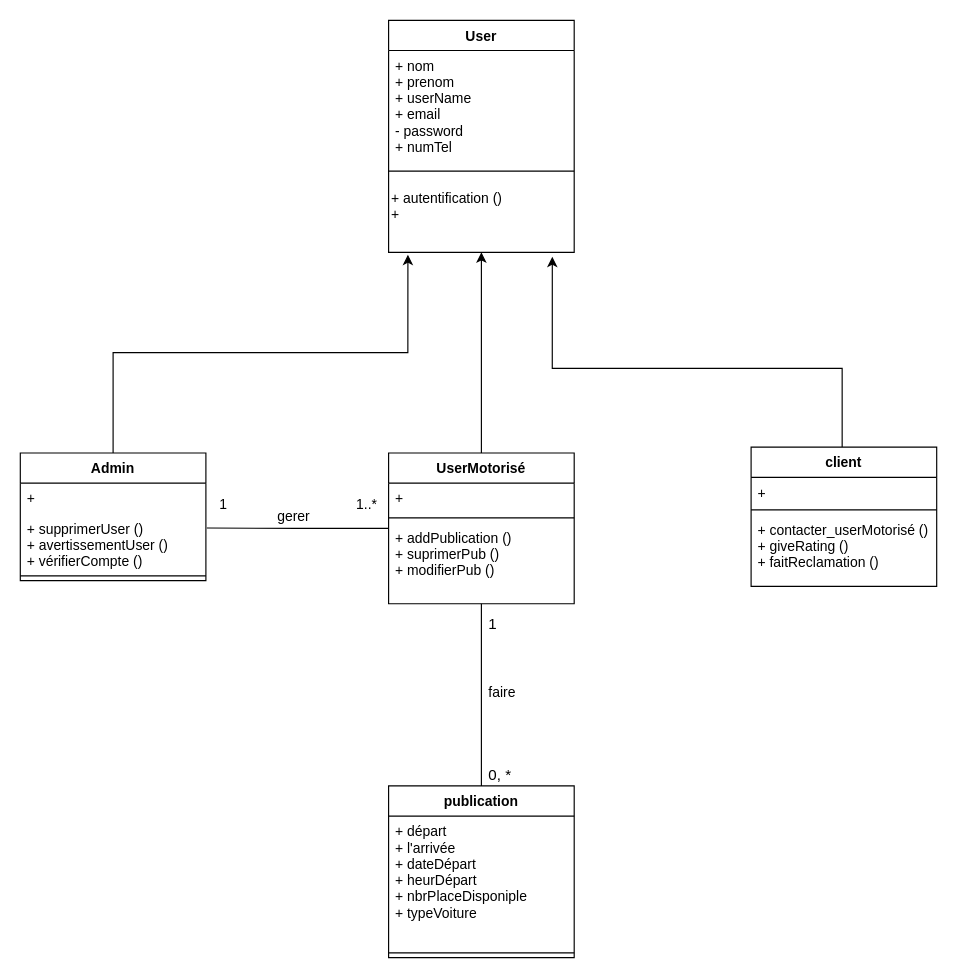
Before: UML/class.drawio in HoussamEddineLamzoudi/fileRouge, a draw.io diagram. Source tidied: cells renumbered, new cells numbered last; positions are measured from the earlier drawing's top-left corner, leaving out a move shared by most shapes. Both pictures are drawn from the tidied source at 116%, with x=0, y=0 at pixel (20, 20).
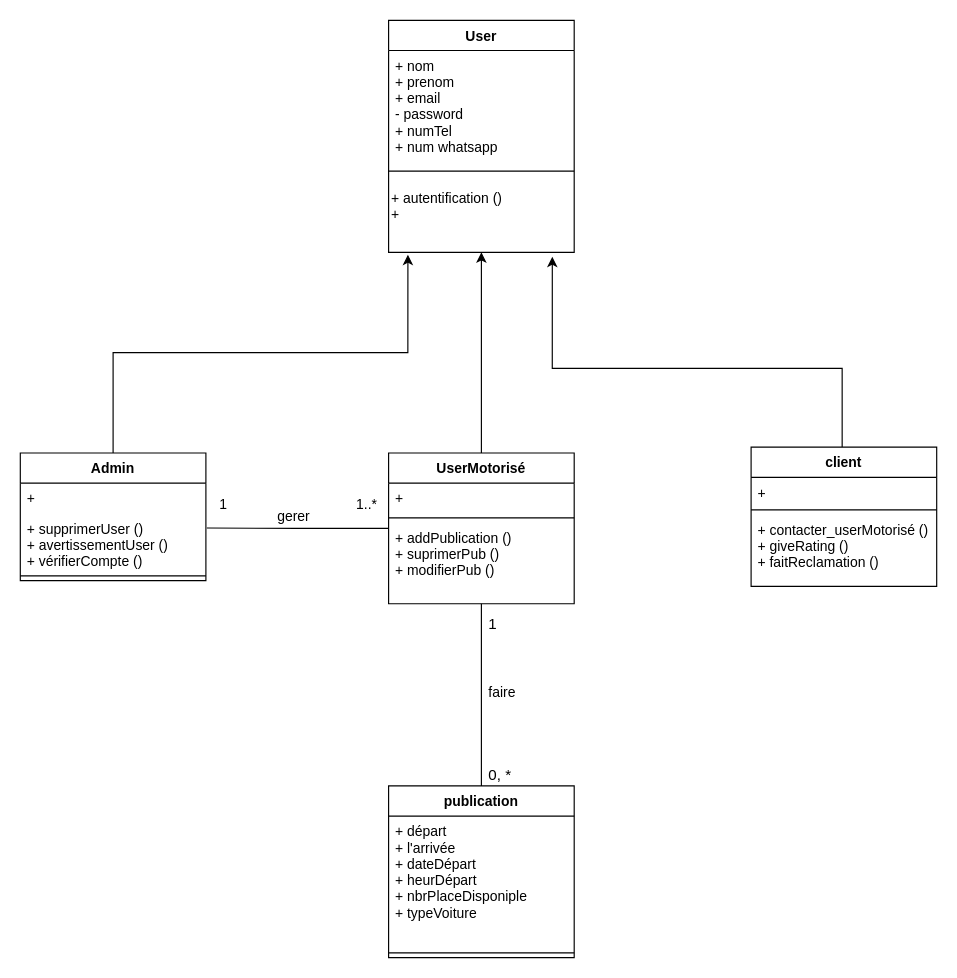
The same page after the edit.

Unchanged cells that the change refers to:
```xml
<mxCell id="19" value="User" style="swimlane;fontStyle=1;align=center;verticalAlign=top;horizontal=1;startSize=26;" parent="1" vertex="1">
  <mxGeometry x="317.5" width="160" height="200" as="geometry" />
</mxCell>
```

What changed in the source:
```diff
@@
-    <mxCell id="20" value="+ nom&#10;+ prenom&#10;+ userName&#10;+ email&#10;- password&#10;+ numTel" style="text;strokeColor=none;fillColor=none;align=left;verticalAlign=top;spacingLeft=4;spacingRight=4;overflow=hidden;" parent="19" vertex="1">
+    <mxCell id="20" value="+ nom&#10;+ prenom&#10;+ email&#10;- password&#10;+ numTel&#10;+ num whatsapp" style="text;strokeColor=none;fillColor=none;align=left;verticalAlign=top;spacingLeft=4;spacingRight=4;overflow=hidden;" parent="19" vertex="1">
       <mxGeometry y="26" width="160" height="94" as="geometry" />
     </mxCell>
```
